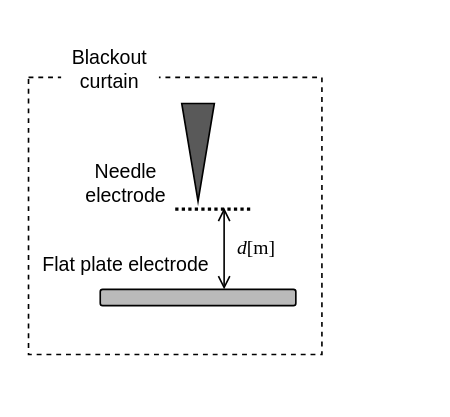
mt-perform/schematics keeps this draw.io diagram as Untitled Diagram.drawio. Above is the earlier version. Source tidied: cells renumbered, new cells numbered last; positions are measured from the earlier drawing's top-left corner, leaving out a move shared by most shapes. Both pictures are drawn from the tidied source at 163%, with x=0, y=0 at pixel (28, 44).
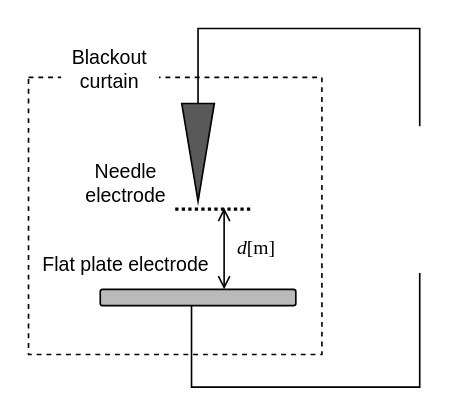
The same page after the edit.

Commit message (it also covers changes not shown here):
Untitled Diagram.drawio を更新します

The change refers to these unchanged cells:
```xml
<mxCell id="4" style="triangle;whiteSpace=wrap;html=1;fillColor=#595959;rotation=90;" parent="1" vertex="1">
  <mxGeometry x="74" y="56" width="60" height="20" as="geometry" />
</mxCell>
```

What changed in the source:
```diff
@@
+    <mxCell id="11" style="endArrow=none;html=1;rounded=0;fontFamily=Helvetica;fontSize=6;" parent="1" edge="1">
+      <mxGeometry relative="1" as="geometry">
+        <mxPoint x="240" y="140" as="sourcePoint" />
+        <mxPoint x="100" y="160" as="targetPoint" />
+        <Array as="points">
+          <mxPoint x="240" y="210" />
+          <mxPoint x="100" y="210" />
+        </Array>
+      </mxGeometry>
+    </mxCell>
+    <mxCell id="12" style="endArrow=none;html=1;rounded=0;fontFamily=Helvetica;fontSize=6;entryX=0;entryY=0.5;entryDx=0;entryDy=0;" parent="1" edge="1" target="4">
+      <mxGeometry relative="1" as="geometry">
+        <mxPoint x="240" y="50" as="sourcePoint" />
+        <Array as="points">
+          <mxPoint x="240" y="-10" />
+          <mxPoint x="104" y="-10" />
+        </Array>
+      </mxGeometry>
+    </mxCell>
```
